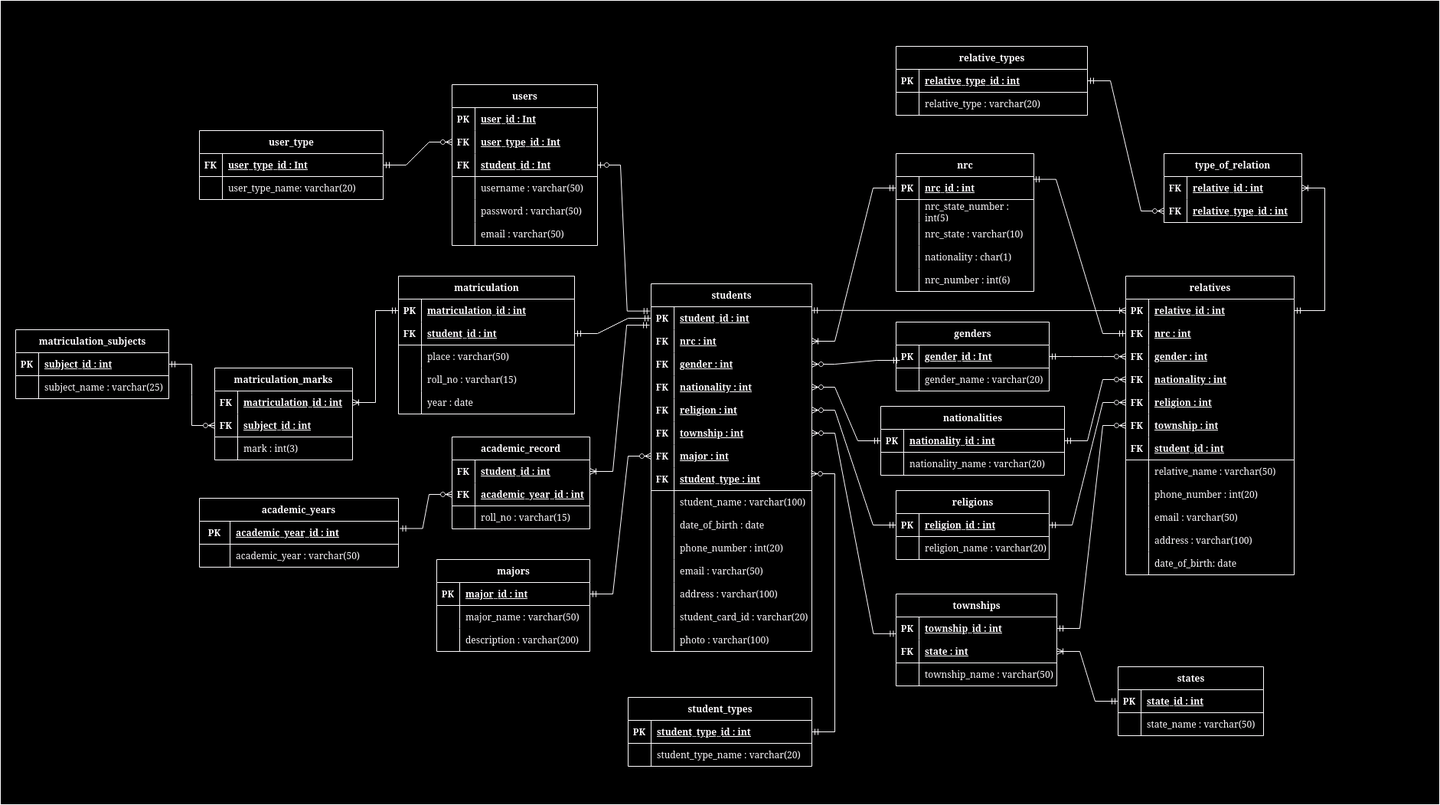
Above: database/database.drawio.png in shinjir0u/StudentRegistrationSystem (draw.io), before the change. Source tidied: cells renumbered, new cells last; positions are measured from the earlier drawing's top-left corner, leaving out a move shared by most shapes.
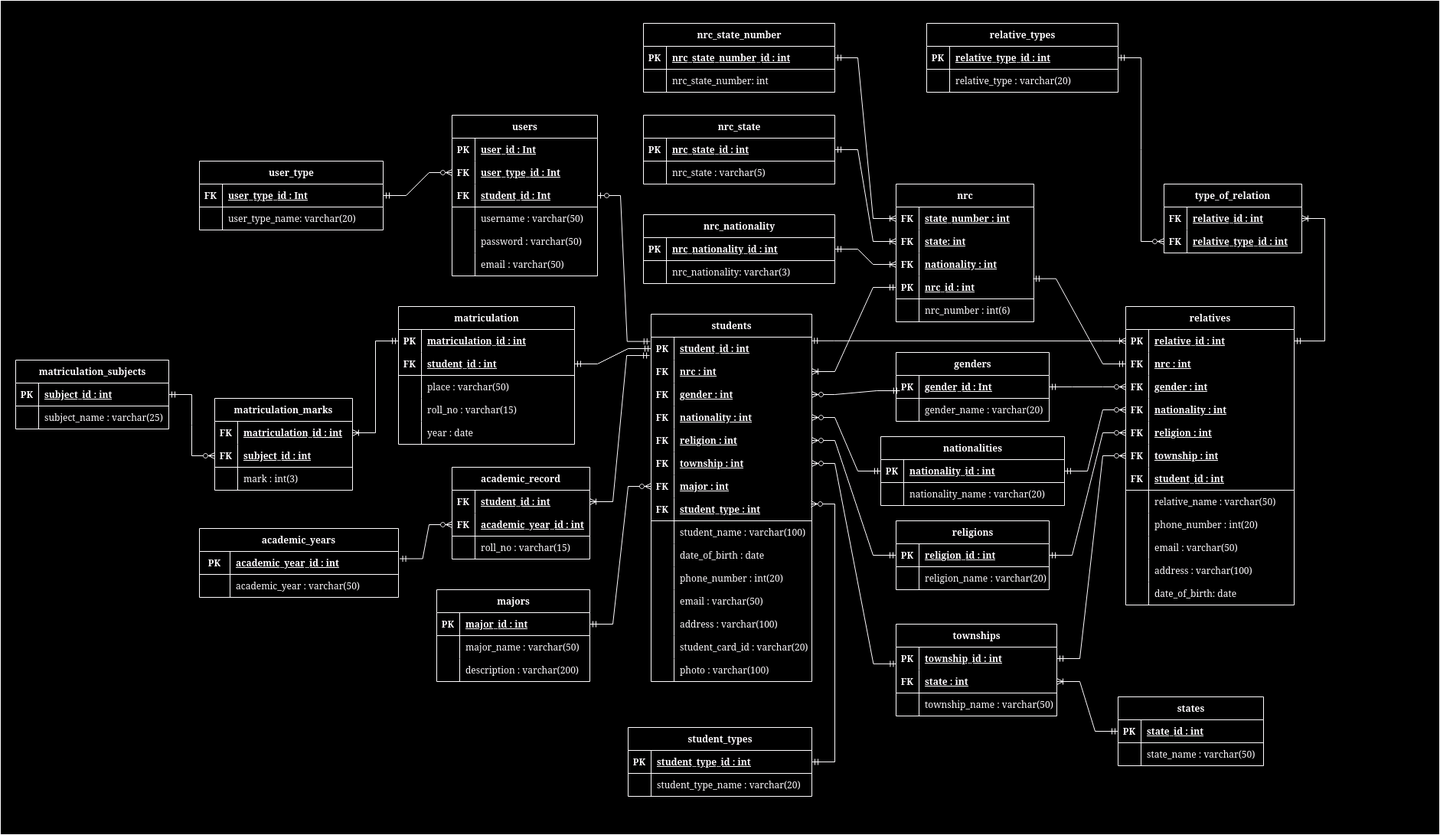
Above is the later version.

What changed in the source:
```diff
@@ -3,7 +3,7 @@
     <mxCell id="0" />
     <mxCell id="1" parent="0" />
     <mxCell id="2" style="rounded=0;whiteSpace=wrap;html=1;" parent="1" vertex="1">
-      <mxGeometry y="360" width="1880" height="1050" as="geometry" />
+      <mxGeometry y="320" width="1880" height="1090" as="geometry" />
     </mxCell>
     <mxCell id="3" value="users" style="shape=table;startSize=30;rowLines=0;fontStyle=1;align=center;html=1;" parent="1" vertex="1">
       <mxGeometry x="590" y="470" width="190" height="210" as="geometry" />
@@ -390,42 +390,42 @@
     <mxCell id="129" value="nrc" style="shape=table;startSize=30;rowLines=0;fontStyle=1;align=center;html=1;" parent="1" vertex="1">
       <mxGeometry x="1170" y="560" width="180" height="180" as="geometry" />
     </mxCell>
-    <mxCell id="130" style="shape=tableRow;horizontal=0;startSize=0;swimlaneHead=0;swimlaneBody=0;fillColor=none;points=[[0,0.5],[1,0.5]];portConstraint=eastwest;top=0;left=0;right=0;bottom=1;" parent="129" vertex="1">
-      <mxGeometry y="30" width="180" height="30" as="geometry" />
-    </mxCell>
-    <mxCell id="131" value="PK" style="shape=partialRectangle;fillColor=none;top=0;left=0;bottom=0;right=0;fontStyle=1;overflow=hidden;whiteSpace=wrap;html=1;" parent="130" vertex="1">
-      <mxGeometry width="30" height="30" as="geometry" />
-    </mxCell>
-    <mxCell id="132" value="nrc_id : int" style="shape=partialRectangle;fillColor=none;top=0;left=0;bottom=0;right=0;align=left;spacingLeft=6;fontStyle=5;overflow=hidden;whiteSpace=wrap;html=1;" parent="130" vertex="1">
-      <mxGeometry x="30" width="150" height="30" as="geometry" />
-    </mxCell>
     <mxCell id="133" style="shape=tableRow;horizontal=0;startSize=0;swimlaneHead=0;swimlaneBody=0;fillColor=none;points=[[0,0.5],[1,0.5]];portConstraint=eastwest;top=0;left=0;right=0;bottom=0;" parent="129" vertex="1">
-      <mxGeometry y="60" width="180" height="30" as="geometry" />
+      <mxGeometry y="30" width="180" height="30" as="geometry" />
     </mxCell>
-    <mxCell id="134" style="shape=partialRectangle;fillColor=none;top=0;left=0;bottom=0;right=0;overflow=hidden;whiteSpace=wrap;html=1;" parent="133" vertex="1">
+    <mxCell id="134" value="&lt;b&gt;FK&lt;/b&gt;" style="shape=partialRectangle;fillColor=none;top=0;left=0;bottom=0;right=0;overflow=hidden;whiteSpace=wrap;html=1;" parent="133" vertex="1">
       <mxGeometry width="30" height="30" as="geometry" />
     </mxCell>
-    <mxCell id="135" value="nrc_state_number : int(5)" style="shape=partialRectangle;fillColor=none;top=0;left=0;bottom=0;right=0;align=left;spacingLeft=6;overflow=hidden;whiteSpace=wrap;html=1;" parent="133" vertex="1">
+    <mxCell id="135" value="&lt;u&gt;&lt;b&gt;state_number : int&lt;/b&gt;&lt;/u&gt;" style="shape=partialRectangle;fillColor=none;top=0;left=0;bottom=0;right=0;align=left;spacingLeft=6;overflow=hidden;whiteSpace=wrap;html=1;" parent="133" vertex="1">
       <mxGeometry x="30" width="150" height="30" as="geometry" />
     </mxCell>
     <mxCell id="136" style="shape=tableRow;horizontal=0;startSize=0;swimlaneHead=0;swimlaneBody=0;fillColor=none;points=[[0,0.5],[1,0.5]];portConstraint=eastwest;top=0;left=0;right=0;bottom=0;" parent="129" vertex="1">
-      <mxGeometry y="90" width="180" height="30" as="geometry" />
+      <mxGeometry y="60" width="180" height="30" as="geometry" />
     </mxCell>
-    <mxCell id="137" style="shape=partialRectangle;fillColor=none;top=0;left=0;bottom=0;right=0;overflow=hidden;whiteSpace=wrap;html=1;" parent="136" vertex="1">
+    <mxCell id="137" value="&lt;b&gt;FK&lt;/b&gt;" style="shape=partialRectangle;fillColor=none;top=0;left=0;bottom=0;right=0;overflow=hidden;whiteSpace=wrap;html=1;" parent="136" vertex="1">
       <mxGeometry width="30" height="30" as="geometry" />
     </mxCell>
-    <mxCell id="138" value="nrc_state : varchar(10)" style="shape=partialRectangle;fillColor=none;top=0;left=0;bottom=0;right=0;align=left;spacingLeft=6;overflow=hidden;whiteSpace=wrap;html=1;" parent="136" vertex="1">
+    <mxCell id="138" value="&lt;u&gt;&lt;b&gt;state: int&lt;br&gt;&lt;/b&gt;&lt;/u&gt;" style="shape=partialRectangle;fillColor=none;top=0;left=0;bottom=0;right=0;align=left;spacingLeft=6;overflow=hidden;whiteSpace=wrap;html=1;" parent="136" vertex="1">
       <mxGeometry x="30" width="150" height="30" as="geometry" />
     </mxCell>
     <mxCell id="139" style="shape=tableRow;horizontal=0;startSize=0;swimlaneHead=0;swimlaneBody=0;fillColor=none;points=[[0,0.5],[1,0.5]];portConstraint=eastwest;top=0;left=0;right=0;bottom=0;" parent="129" vertex="1">
-      <mxGeometry y="120" width="180" height="30" as="geometry" />
+      <mxGeometry y="90" width="180" height="30" as="geometry" />
     </mxCell>
-    <mxCell id="140" style="shape=partialRectangle;fillColor=none;top=0;left=0;bottom=0;right=0;overflow=hidden;whiteSpace=wrap;html=1;" parent="139" vertex="1">
+    <mxCell id="140" value="&lt;b&gt;FK&lt;/b&gt;" style="shape=partialRectangle;fillColor=none;top=0;left=0;bottom=0;right=0;overflow=hidden;whiteSpace=wrap;html=1;" parent="139" vertex="1">
       <mxGeometry width="30" height="30" as="geometry" />
     </mxCell>
-    <mxCell id="141" value="nationality : char(1)" style="shape=partialRectangle;fillColor=none;top=0;left=0;bottom=0;right=0;align=left;spacingLeft=6;overflow=hidden;whiteSpace=wrap;html=1;" parent="139" vertex="1">
+    <mxCell id="141" value="nationality : int" style="shape=partialRectangle;fillColor=none;top=0;left=0;bottom=0;right=0;align=left;spacingLeft=6;overflow=hidden;whiteSpace=wrap;html=1;fontStyle=5;" parent="139" vertex="1">
       <mxGeometry x="30" width="150" height="30" as="geometry" />
     </mxCell>
+    <mxCell id="130" style="shape=tableRow;horizontal=0;startSize=0;swimlaneHead=0;swimlaneBody=0;fillColor=none;points=[[0,0.5],[1,0.5]];portConstraint=eastwest;top=0;left=0;right=0;bottom=1;" parent="129" vertex="1">
+      <mxGeometry y="120" width="180" height="30" as="geometry" />
+    </mxCell>
+    <mxCell id="131" value="PK" style="shape=partialRectangle;fillColor=none;top=0;left=0;bottom=0;right=0;fontStyle=1;overflow=hidden;whiteSpace=wrap;html=1;" parent="130" vertex="1">
+      <mxGeometry width="30" height="30" as="geometry" />
+    </mxCell>
+    <mxCell id="132" value="nrc_id : int" style="shape=partialRectangle;fillColor=none;top=0;left=0;bottom=0;right=0;align=left;spacingLeft=6;fontStyle=5;overflow=hidden;whiteSpace=wrap;html=1;" parent="130" vertex="1">
+      <mxGeometry x="30" width="150" height="30" as="geometry" />
+    </mxCell>
     <mxCell id="142" style="shape=tableRow;horizontal=0;startSize=0;swimlaneHead=0;swimlaneBody=0;fillColor=none;top=0;left=0;right=0;bottom=0;" parent="129" vertex="1">
       <mxGeometry y="150" width="180" height="30" as="geometry" />
     </mxCell>
@@ -651,7 +651,7 @@
       <mxGeometry x="30" width="190" height="30" as="geometry" />
     </mxCell>
     <mxCell id="214" value="relative_types" style="shape=table;startSize=30;rowLines=0;fontStyle=1;align=center;html=1;" parent="1" vertex="1">
-      <mxGeometry x="1170" y="420" width="250" height="90" as="geometry" />
+      <mxGeometry x="1210" y="350" width="250" height="90" as="geometry" />
     </mxCell>
     <mxCell id="215" style="shape=tableRow;horizontal=0;startSize=0;swimlaneHead=0;swimlaneBody=0;fillColor=none;points=[[0,0.5],[1,0.5]];portConstraint=eastwest;top=0;left=0;right=0;bottom=1;" parent="214" vertex="1">
       <mxGeometry y="30" width="250" height="30" as="geometry" />
@@ -836,5 +836,77 @@
     <mxCell id="269" style="edgeStyle=entityRelationEdgeStyle;fontSize=12;html=1;endArrow=ERzeroToMany;startArrow=ERmandOne;rounded=0;entryX=0;entryY=0.5;entryDx=0;entryDy=0;" parent="1" edge="1" source="225" target="190">
       <mxGeometry relative="1" as="geometry" />
     </mxCell>
+    <mxCell id="270" value="nrc_nationality" style="shape=table;startSize=30;rowLines=0;fontStyle=1;align=center;html=1;" parent="1" vertex="1">
+      <mxGeometry x="840" y="600" width="250" height="90" as="geometry" />
+    </mxCell>
+    <mxCell id="271" style="shape=tableRow;horizontal=0;startSize=0;swimlaneHead=0;swimlaneBody=0;fillColor=none;points=[[0,0.5],[1,0.5]];portConstraint=eastwest;top=0;left=0;right=0;bottom=1;" parent="270" vertex="1">
+      <mxGeometry y="30" width="250" height="30" as="geometry" />
+    </mxCell>
+    <mxCell id="272" value="PK" style="shape=partialRectangle;fillColor=none;top=0;left=0;bottom=0;right=0;fontStyle=1;overflow=hidden;whiteSpace=wrap;html=1;" parent="271" vertex="1">
+      <mxGeometry width="30" height="30" as="geometry" />
+    </mxCell>
+    <mxCell id="273" value="nrc_nationality_id : int" style="shape=partialRectangle;fillColor=none;top=0;left=0;bottom=0;right=0;align=left;spacingLeft=6;fontStyle=5;overflow=hidden;whiteSpace=wrap;html=1;" parent="271" vertex="1">
+      <mxGeometry x="30" width="220" height="30" as="geometry" />
+    </mxCell>
+    <mxCell id="274" style="shape=tableRow;horizontal=0;startSize=0;swimlaneHead=0;swimlaneBody=0;fillColor=none;top=0;left=0;right=0;bottom=0;" parent="270" vertex="1">
+      <mxGeometry y="60" width="250" height="30" as="geometry" />
+    </mxCell>
+    <mxCell id="275" style="shape=partialRectangle;fillColor=none;top=0;left=0;bottom=0;right=0;overflow=hidden;whiteSpace=wrap;html=1;" parent="274" vertex="1">
+      <mxGeometry width="30" height="30" as="geometry" />
+    </mxCell>
+    <mxCell id="276" value="nrc_nationality: varchar(3)" style="shape=partialRectangle;fillColor=none;top=0;left=0;bottom=0;right=0;align=left;spacingLeft=6;overflow=hidden;whiteSpace=wrap;html=1;" parent="274" vertex="1">
+      <mxGeometry x="30" width="220" height="30" as="geometry" />
+    </mxCell>
+    <mxCell id="277" value="nrc_state" style="shape=table;startSize=30;rowLines=0;fontStyle=1;align=center;html=1;" parent="1" vertex="1">
+      <mxGeometry x="840" y="470" width="250" height="90" as="geometry" />
+    </mxCell>
+    <mxCell id="278" style="shape=tableRow;horizontal=0;startSize=0;swimlaneHead=0;swimlaneBody=0;fillColor=none;points=[[0,0.5],[1,0.5]];portConstraint=eastwest;top=0;left=0;right=0;bottom=1;" parent="277" vertex="1">
+      <mxGeometry y="30" width="250" height="30" as="geometry" />
+    </mxCell>
+    <mxCell id="279" value="PK" style="shape=partialRectangle;fillColor=none;top=0;left=0;bottom=0;right=0;fontStyle=1;overflow=hidden;whiteSpace=wrap;html=1;" parent="278" vertex="1">
+      <mxGeometry width="30" height="30" as="geometry" />
+    </mxCell>
+    <mxCell id="280" value="nrc_state_id : int" style="shape=partialRectangle;fillColor=none;top=0;left=0;bottom=0;right=0;align=left;spacingLeft=6;fontStyle=5;overflow=hidden;whiteSpace=wrap;html=1;" parent="278" vertex="1">
+      <mxGeometry x="30" width="220" height="30" as="geometry" />
+    </mxCell>
+    <mxCell id="281" style="shape=tableRow;horizontal=0;startSize=0;swimlaneHead=0;swimlaneBody=0;fillColor=none;top=0;left=0;right=0;bottom=0;" parent="277" vertex="1">
+      <mxGeometry y="60" width="250" height="30" as="geometry" />
+    </mxCell>
+    <mxCell id="282" style="shape=partialRectangle;fillColor=none;top=0;left=0;bottom=0;right=0;overflow=hidden;whiteSpace=wrap;html=1;" parent="281" vertex="1">
+      <mxGeometry width="30" height="30" as="geometry" />
+    </mxCell>
+    <mxCell id="283" value="nrc_state : varchar(5)" style="shape=partialRectangle;fillColor=none;top=0;left=0;bottom=0;right=0;align=left;spacingLeft=6;overflow=hidden;whiteSpace=wrap;html=1;" parent="281" vertex="1">
+      <mxGeometry x="30" width="220" height="30" as="geometry" />
+    </mxCell>
+    <mxCell id="284" value="nrc_state_number" style="shape=table;startSize=30;rowLines=0;fontStyle=1;align=center;html=1;" parent="1" vertex="1">
+      <mxGeometry x="840" y="350" width="250" height="90" as="geometry" />
+    </mxCell>
+    <mxCell id="285" style="shape=tableRow;horizontal=0;startSize=0;swimlaneHead=0;swimlaneBody=0;fillColor=none;points=[[0,0.5],[1,0.5]];portConstraint=eastwest;top=0;left=0;right=0;bottom=1;" parent="284" vertex="1">
+      <mxGeometry y="30" width="250" height="30" as="geometry" />
+    </mxCell>
+    <mxCell id="286" value="PK" style="shape=partialRectangle;fillColor=none;top=0;left=0;bottom=0;right=0;fontStyle=1;overflow=hidden;whiteSpace=wrap;html=1;" parent="285" vertex="1">
+      <mxGeometry width="30" height="30" as="geometry" />
+    </mxCell>
+    <mxCell id="287" value="nrc_state_number_id : int" style="shape=partialRectangle;fillColor=none;top=0;left=0;bottom=0;right=0;align=left;spacingLeft=6;fontStyle=5;overflow=hidden;whiteSpace=wrap;html=1;" parent="285" vertex="1">
+      <mxGeometry x="30" width="220" height="30" as="geometry" />
+    </mxCell>
+    <mxCell id="288" style="shape=tableRow;horizontal=0;startSize=0;swimlaneHead=0;swimlaneBody=0;fillColor=none;top=0;left=0;right=0;bottom=0;" parent="284" vertex="1">
+      <mxGeometry y="60" width="250" height="30" as="geometry" />
+    </mxCell>
+    <mxCell id="289" style="shape=partialRectangle;fillColor=none;top=0;left=0;bottom=0;right=0;overflow=hidden;whiteSpace=wrap;html=1;" parent="288" vertex="1">
+      <mxGeometry width="30" height="30" as="geometry" />
+    </mxCell>
+    <mxCell id="290" value="nrc_state_number: int" style="shape=partialRectangle;fillColor=none;top=0;left=0;bottom=0;right=0;align=left;spacingLeft=6;overflow=hidden;whiteSpace=wrap;html=1;" parent="288" vertex="1">
+      <mxGeometry x="30" width="220" height="30" as="geometry" />
+    </mxCell>
+    <mxCell id="291" style="edgeStyle=entityRelationEdgeStyle;fontSize=12;html=1;endArrow=ERoneToMany;startArrow=ERmandOne;rounded=0;" parent="1" edge="1" source="278" target="136">
+      <mxGeometry relative="1" as="geometry" />
+    </mxCell>
+    <mxCell id="292" style="edgeStyle=entityRelationEdgeStyle;fontSize=12;html=1;endArrow=ERoneToMany;startArrow=ERmandOne;rounded=0;" parent="1" edge="1" source="271" target="139">
+      <mxGeometry relative="1" as="geometry" />
+    </mxCell>
+    <mxCell id="293" style="edgeStyle=entityRelationEdgeStyle;fontSize=12;html=1;endArrow=ERoneToMany;startArrow=ERmandOne;rounded=0;" parent="1" edge="1" source="285" target="133">
+      <mxGeometry relative="1" as="geometry" />
+    </mxCell>
   </root>
 </mxGraphModel>
```
